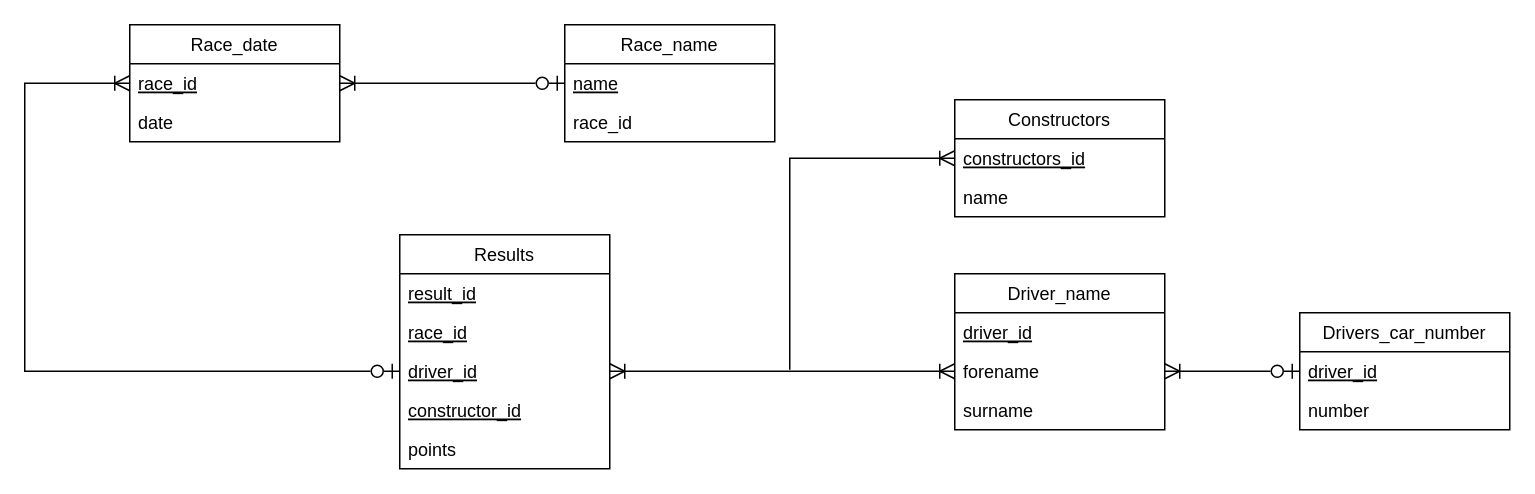
Earlier version of the draw.io diagram erd.drawio (MaximShcherbachenko/db_lab2_shcherbachenko). Source tidied: cells renumbered, new cells numbered last; positions are measured from the earlier drawing's top-left corner, leaving out a move shared by most shapes. Both pictures are drawn from the tidied source at 150%, with x=0, y=0 at pixel (24, 24).
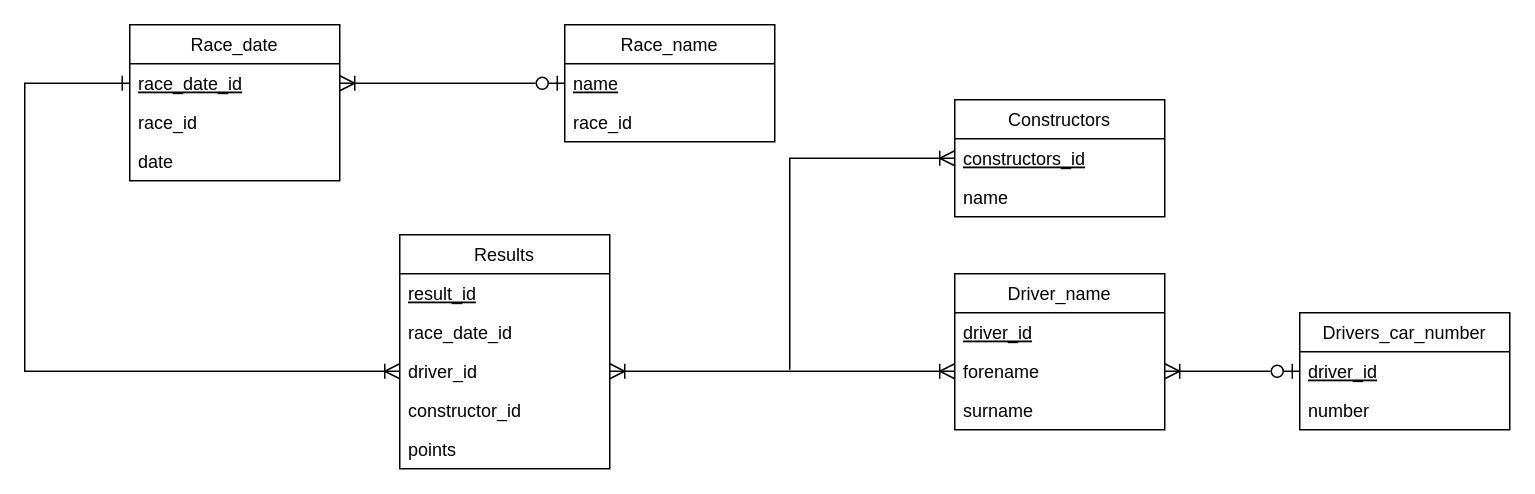
The same page after the edit.

The change refers to these unchanged cells:
```xml
<mxCell id="6" value="Results" style="swimlane;fontStyle=0;horizontal=1;startSize=26;fillColor=none;" parent="1" vertex="1">
  <mxGeometry x="250" y="140" width="140" height="156" as="geometry" />
</mxCell>
```

What changed in the source:
```diff
@@
-    <mxCell id="8" value="race_id" style="text;strokeColor=none;fillColor=none;align=left;verticalAlign=top;spacingLeft=4;spacingRight=4;overflow=hidden;fontStyle=4;" parent="6" vertex="1">
+    <mxCell id="8" value="race_date_id" style="text;strokeColor=none;fillColor=none;align=left;verticalAlign=top;spacingLeft=4;spacingRight=4;overflow=hidden;fontStyle=0;" parent="6" vertex="1">
       <mxGeometry y="52" width="140" height="26" as="geometry" />
     </mxCell>
-    <mxCell id="9" value="driver_id" style="text;strokeColor=none;fillColor=none;align=left;verticalAlign=top;spacingLeft=4;spacingRight=4;overflow=hidden;points=[[0,0.5],[1,0.5]];portConstraint=eastwest;fontStyle=4;" parent="6" vertex="1">
+    <mxCell id="9" value="driver_id" style="text;strokeColor=none;fillColor=none;align=left;verticalAlign=top;spacingLeft=4;spacingRight=4;overflow=hidden;points=[[0,0.5],[1,0.5]];portConstraint=eastwest;fontStyle=0;" parent="6" vertex="1">
       <mxGeometry y="78" width="140" height="26" as="geometry" />
     </mxCell>
-    <mxCell id="10" value="constructor_id" style="text;strokeColor=none;fillColor=none;align=left;verticalAlign=top;spacingLeft=4;spacingRight=4;overflow=hidden;fontStyle=4;" parent="6" vertex="1">
+    <mxCell id="10" value="constructor_id" style="text;strokeColor=none;fillColor=none;align=left;verticalAlign=top;spacingLeft=4;spacingRight=4;overflow=hidden;fontStyle=0;" parent="6" vertex="1">
       <mxGeometry y="104" width="140" height="26" as="geometry" />
     </mxCell>
@@
     <mxCell id="15" value="Race_date" style="swimlane;fontStyle=0;horizontal=1;startSize=26;fillColor=none;" parent="1" vertex="1">
-      <mxGeometry x="70" width="140" height="78" as="geometry" />
+      <mxGeometry x="70" width="140" height="104" as="geometry" />
     </mxCell>
-    <mxCell id="16" value="race_id" style="text;strokeColor=none;fillColor=none;align=left;verticalAlign=top;spacingLeft=4;spacingRight=4;overflow=hidden;points=[[0,0.5],[1,0.5]];portConstraint=eastwest;fontStyle=4;" parent="15" vertex="1">
+    <mxCell id="16" value="race_date_id" style="text;strokeColor=none;fillColor=none;align=left;verticalAlign=top;spacingLeft=4;spacingRight=4;overflow=hidden;points=[[0,0.5],[1,0.5]];portConstraint=eastwest;fontStyle=4;" parent="15" vertex="1">
       <mxGeometry y="26" width="140" height="26" as="geometry" />
     </mxCell>
+    <mxCell id="29" value="race_id&#10;" style="text;strokeColor=none;fillColor=none;align=left;verticalAlign=top;spacingLeft=4;spacingRight=4;overflow=hidden;" parent="15" vertex="1">
+      <mxGeometry y="52" width="140" height="26" as="geometry" />
+    </mxCell>
     <mxCell id="17" value="date" style="text;strokeColor=none;fillColor=none;align=left;verticalAlign=top;spacingLeft=4;spacingRight=4;overflow=hidden;" parent="15" vertex="1">
-      <mxGeometry y="52" width="140" height="26" as="geometry" />
+      <mxGeometry y="78" width="140" height="26" as="geometry" />
     </mxCell>
@@
-    <mxCell id="25" style="endArrow=ERoneToMany;endFill=0;endSize=8;html=1;rounded=0;startArrow=ERzeroToOne;startFill=0;exitX=0;exitY=0.5;exitDx=0;exitDy=0;entryX=0;entryY=0.5;entryDx=0;entryDy=0;startSize=8;" parent="1" edge="1" source="9" target="16">
+    <mxCell id="25" style="endArrow=ERone;endFill=0;endSize=8;html=1;rounded=0;startArrow=ERoneToMany;startFill=0;exitX=0;exitY=0.5;exitDx=0;exitDy=0;entryX=0;entryY=0.5;entryDx=0;entryDy=0;startSize=8;" parent="1" edge="1" source="9" target="16">
       <mxGeometry relative="1" as="geometry">
         <Array as="points">
           <mxPoint y="231" />
           <mxPoint y="39" />
         </Array>
       </mxGeometry>
     </mxCell>
```
